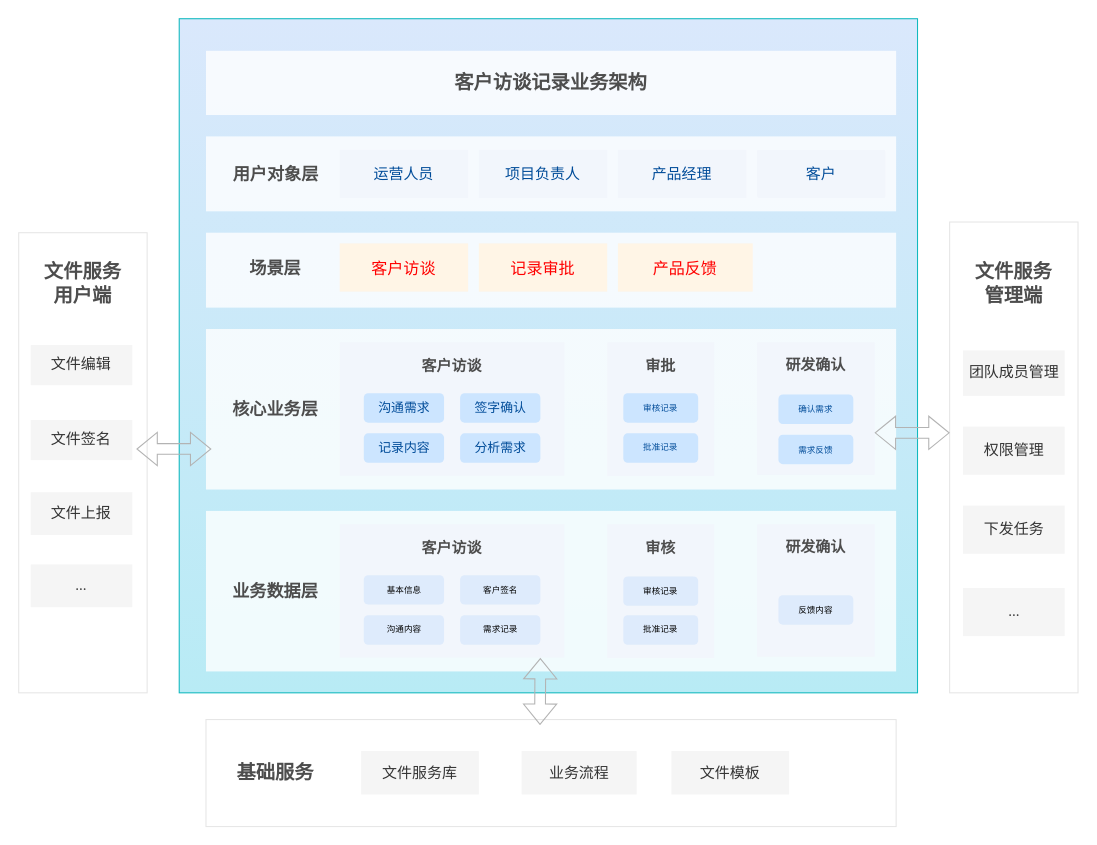
Earlier version of the draw.io diagram Copy of 客户访谈记录-业务架构图.drawio (hwt5813780/car). Source tidied: cells renumbered, new cells numbered last; positions are measured from the earlier drawing's top-left corner, leaving out a move shared by most shapes. Both pictures are drawn from the tidied source at 107%, with x=0, y=0 at pixel (18, 18).
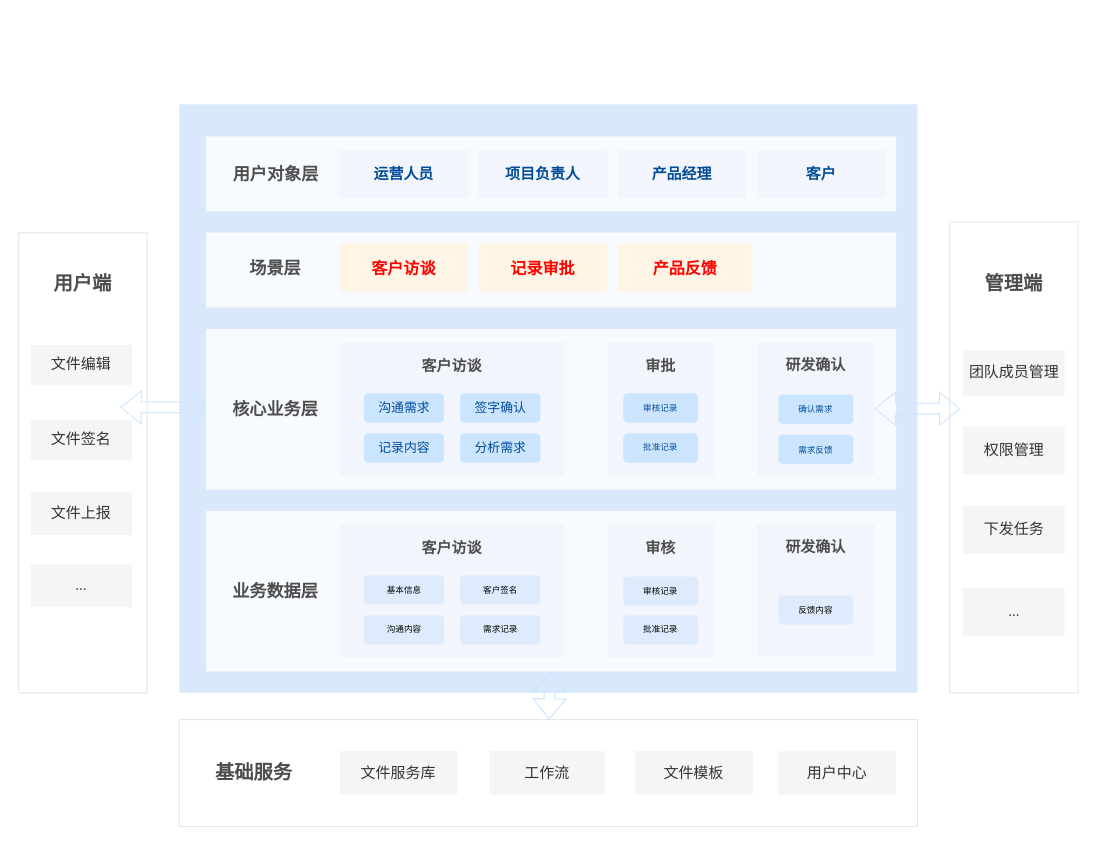
The same diagram, later.

Commit message:
Update Copy of 客户访谈记录-业务架构图.drawio

Unchanged cells that the change refers to:
```xml
<mxCell id="47" style="rounded=1;whiteSpace=wrap;html=1;fontSize=14;strokeColor=none;arcSize=0;shadow=0;labelBackgroundColor=none;sketch=0;opacity=80;" parent="1" vertex="1">
  <mxGeometry x="175" y="460" width="645" height="150" as="geometry" />
</mxCell>
```

The edit, as a diff of the source:
```diff
@@
-    <mxCell id="2" style="rounded=0;whiteSpace=wrap;html=1;fillColor=#dae8fc;strokeColor=#11B9BF;gradientColor=#B8EBF5;gradientDirection=south;sketch=0;" parent="1" vertex="1">
-      <mxGeometry x="150" width="690" height="630" as="geometry" />
+    <mxCell id="2" style="rounded=0;whiteSpace=wrap;html=1;fillColor=#dae8fc;strokeColor=none;gradientColor=none;gradientDirection=south;sketch=0;" parent="1" vertex="1">
+      <mxGeometry x="150" y="80" width="690" height="550" as="geometry" />
     </mxCell>
-    <mxCell id="3" value="&lt;span style=&quot;font-size: 18px;&quot;&gt;客户访谈记录业务架构&lt;/span&gt;" style="rounded=0;whiteSpace=wrap;html=1;fontSize=18;fontStyle=1;strokeColor=none;fontColor=#4D4D4D;shadow=0;opacity=80;" parent="1" vertex="1">
-      <mxGeometry x="175" y="30" width="645" height="60" as="geometry" />
-    </mxCell>
@@
-    <mxCell id="6" value="运营人员" style="rounded=1;whiteSpace=wrap;html=1;fontSize=14;arcSize=0;fillColor=#F2F6FC;strokeColor=none;fontColor=#004C99;" parent="1" vertex="1">
+    <mxCell id="6" value="运营人员" style="rounded=1;whiteSpace=wrap;html=1;fontSize=14;arcSize=0;fillColor=#F2F6FC;strokeColor=none;fontColor=#004C99;fontStyle=1;" parent="1" vertex="1">
       <mxGeometry x="300" y="122.5" width="120" height="45" as="geometry" />
     </mxCell>
-    <mxCell id="7" value="项目负责人" style="rounded=1;whiteSpace=wrap;html=1;fontSize=14;arcSize=0;fillColor=#F2F6FC;strokeColor=none;fontColor=#004C99;" parent="1" vertex="1">
+    <mxCell id="7" value="项目负责人" style="rounded=1;whiteSpace=wrap;html=1;fontSize=14;arcSize=0;fillColor=#F2F6FC;strokeColor=none;fontColor=#004C99;fontStyle=1;" parent="1" vertex="1">
       <mxGeometry x="430" y="122.5" width="120" height="45" as="geometry" />
     </mxCell>
-    <mxCell id="8" value="产品经理" style="rounded=1;whiteSpace=wrap;html=1;fontSize=14;arcSize=0;fillColor=#F2F6FC;strokeColor=none;fontColor=#004C99;" parent="1" vertex="1">
+    <mxCell id="8" value="产品经理" style="rounded=1;whiteSpace=wrap;html=1;fontSize=14;arcSize=0;fillColor=#F2F6FC;strokeColor=none;fontColor=#004C99;fontStyle=1;" parent="1" vertex="1">
       <mxGeometry x="560" y="122.5" width="120" height="45" as="geometry" />
     </mxCell>
-    <mxCell id="9" value="客户" style="rounded=1;whiteSpace=wrap;html=1;fontSize=14;arcSize=4;fillColor=#F2F6FC;strokeColor=none;fontColor=#004C99;" parent="1" vertex="1">
+    <mxCell id="9" value="客户" style="rounded=1;whiteSpace=wrap;html=1;fontSize=14;arcSize=4;fillColor=#F2F6FC;strokeColor=none;fontColor=#004C99;fontStyle=1;" parent="1" vertex="1">
       <mxGeometry x="690" y="122.5" width="120" height="45" as="geometry" />
     </mxCell>
@@
-    <mxCell id="12" value="客户访谈" style="rounded=1;whiteSpace=wrap;html=1;fontSize=15;fillColor=#FFF5E6;strokeColor=none;arcSize=0;fontColor=#FF0000;fontStyle=0;" parent="1" vertex="1">
+    <mxCell id="12" value="客户访谈" style="rounded=1;whiteSpace=wrap;html=1;fontSize=15;fillColor=#FFF5E6;strokeColor=none;arcSize=0;fontColor=#FF0000;fontStyle=1;" parent="1" vertex="1">
       <mxGeometry x="300" y="210" width="120" height="45" as="geometry" />
     </mxCell>
-    <mxCell id="13" value="记录审批" style="rounded=1;whiteSpace=wrap;html=1;fontSize=15;fillColor=#FFF5E6;strokeColor=none;arcSize=0;fontColor=#FF0000;fontStyle=0;" parent="1" vertex="1">
+    <mxCell id="13" value="记录审批" style="rounded=1;whiteSpace=wrap;html=1;fontSize=15;fillColor=#FFF5E6;strokeColor=none;arcSize=0;fontColor=#FF0000;fontStyle=1;" parent="1" vertex="1">
       <mxGeometry x="430" y="210" width="120" height="45" as="geometry" />
     </mxCell>
-    <mxCell id="14" value="产品反馈" style="rounded=1;whiteSpace=wrap;html=1;fontSize=15;fillColor=#FFF5E6;strokeColor=none;arcSize=0;fontColor=#FF0000;fontStyle=0;" parent="1" vertex="1">
+    <mxCell id="14" value="产品反馈" style="rounded=1;whiteSpace=wrap;html=1;fontSize=15;fillColor=#FFF5E6;strokeColor=none;arcSize=0;fontColor=#FF0000;fontStyle=1;" parent="1" vertex="1">
       <mxGeometry x="560" y="210" width="126" height="45" as="geometry" />
     </mxCell>
@@
-    <mxCell id="27" value="文件服务管理端" style="text;html=1;strokeColor=none;fillColor=none;align=center;verticalAlign=middle;whiteSpace=wrap;rounded=0;fontSize=18;fontStyle=1;fontColor=#4D4D4D;" parent="1" vertex="1">
+    <mxCell id="27" value="管理端" style="text;html=1;strokeColor=none;fillColor=none;align=center;verticalAlign=middle;whiteSpace=wrap;rounded=0;fontSize=18;fontStyle=1;fontColor=#4D4D4D;" parent="1" vertex="1">
       <mxGeometry x="890" y="232.8" width="80" height="30" as="geometry" />
     </mxCell>
@@
-    <mxCell id="30" value="文件服务&lt;br&gt;用户端" style="text;html=1;strokeColor=none;fillColor=none;align=center;verticalAlign=middle;whiteSpace=wrap;rounded=0;fontSize=18;fontStyle=1;fontColor=#4D4D4D;" parent="1" vertex="1">
+    <mxCell id="30" value="用户端" style="text;html=1;strokeColor=none;fillColor=none;align=center;verticalAlign=middle;whiteSpace=wrap;rounded=0;fontSize=18;fontStyle=1;fontColor=#4D4D4D;" parent="1" vertex="1">
       <mxGeometry x="20" y="232.8" width="80" height="30" as="geometry" />
     </mxCell>
@@
     <mxCell id="32" style="rounded=0;whiteSpace=wrap;html=1;fontFamily=Times New Roman;fontSize=18;strokeWidth=1;fillColor=#FFFFFF;strokeColor=#E6E6E6;" parent="1" vertex="1">
-      <mxGeometry x="175" y="655" width="645" height="100" as="geometry" />
+      <mxGeometry x="150" y="655" width="690" height="100" as="geometry" />
     </mxCell>
     <mxCell id="33" value="基础服务" style="text;html=1;strokeColor=none;fillColor=none;align=center;verticalAlign=middle;whiteSpace=wrap;rounded=0;fontSize=18;fontStyle=1;fontColor=#4D4D4D;" parent="1" vertex="1">
-      <mxGeometry x="200" y="690" width="80" height="30" as="geometry" />
+      <mxGeometry x="180" y="690" width="80" height="30" as="geometry" />
     </mxCell>
     <mxCell id="34" value="文件服务库" style="rounded=1;whiteSpace=wrap;html=1;fontSize=14;fillColor=#f5f5f5;fontColor=#333333;strokeColor=none;arcSize=0;" parent="1" vertex="1">
-      <mxGeometry x="320" y="684.4" width="110" height="40.6" as="geometry" />
+      <mxGeometry x="300" y="684.4" width="110" height="40.6" as="geometry" />
     </mxCell>
-    <mxCell id="35" value="业务流程" style="rounded=1;whiteSpace=wrap;html=1;fontSize=14;fillColor=#f5f5f5;fontColor=#333333;strokeColor=none;arcSize=0;" parent="1" vertex="1">
-      <mxGeometry x="470" y="684.4" width="107.5" height="40.6" as="geometry" />
+    <mxCell id="35" value="工作流" style="rounded=1;whiteSpace=wrap;html=1;fontSize=14;fillColor=#f5f5f5;fontColor=#333333;strokeColor=none;arcSize=0;" parent="1" vertex="1">
+      <mxGeometry x="440" y="684.4" width="107.5" height="40.6" as="geometry" />
     </mxCell>
     <mxCell id="36" value="文件模板" style="rounded=1;whiteSpace=wrap;html=1;fontSize=14;fillColor=#f5f5f5;fontColor=#333333;strokeColor=none;arcSize=0;" parent="1" vertex="1">
-      <mxGeometry x="610" y="684.4" width="110" height="40.6" as="geometry" />
+      <mxGeometry x="576" y="684.4" width="110" height="40.6" as="geometry" />
     </mxCell>
@@
-    <mxCell id="62" style="shape=flexArrow;endArrow=classic;startArrow=classic;html=1;rounded=0;fontSize=15;fontColor=#4D4D4D;strokeColor=#B3B3B3;" parent="1" edge="1">
-      <mxGeometry relative="1" as="geometry">
-        <mxPoint x="800" y="387" as="sourcePoint" />
-        <mxPoint x="870" y="387" as="targetPoint" />
-      </mxGeometry>
-    </mxCell>
-    <mxCell id="63" style="shape=flexArrow;endArrow=classic;startArrow=classic;html=1;rounded=0;fontSize=15;fontColor=#4D4D4D;strokeColor=#B3B3B3;" parent="1" edge="1">
-      <mxGeometry relative="1" as="geometry">
-        <mxPoint x="110" y="402.1" as="sourcePoint" />
-        <mxPoint x="180" y="402.1" as="targetPoint" />
-      </mxGeometry>
-    </mxCell>
-    <mxCell id="64" style="shape=flexArrow;endArrow=classic;startArrow=classic;html=1;rounded=0;fontSize=15;fontColor=#4D4D4D;entryX=0.484;entryY=0.05;entryDx=0;entryDy=0;entryPerimeter=0;strokeColor=#B3B3B3;" parent="1" edge="1" target="32">
-      <mxGeometry relative="1" as="geometry">
-        <mxPoint x="487.5" y="597.5" as="sourcePoint" />
-      </mxGeometry>
-    </mxCell>
@@
+    <mxCell id="66" value="用户中心" style="rounded=1;whiteSpace=wrap;html=1;fontSize=14;fillColor=#f5f5f5;fontColor=#333333;strokeColor=none;arcSize=0;" parent="1" vertex="1">
+      <mxGeometry x="710" y="684.7" width="110" height="40.6" as="geometry" />
+    </mxCell>
+    <mxCell id="67" style="shape=flexArrow;endArrow=classic;startArrow=classic;html=1;rounded=0;strokeColor=#CCE5FF;" parent="1" edge="1">
+      <mxGeometry relative="1" as="geometry">
+        <mxPoint x="95" y="363.2" as="sourcePoint" />
+        <mxPoint x="175" y="363.2" as="targetPoint" />
+      </mxGeometry>
+    </mxCell>
+    <mxCell id="68" style="shape=flexArrow;endArrow=classic;startArrow=classic;html=1;rounded=0;strokeColor=#CCE5FF;" parent="1" edge="1" source="47" target="32">
+      <mxGeometry relative="1" as="geometry" />
+    </mxCell>
+    <mxCell id="69" style="shape=flexArrow;endArrow=classic;startArrow=classic;html=1;rounded=0;strokeColor=#CCE5FF;" parent="1" edge="1">
+      <mxGeometry relative="1" as="geometry">
+        <mxPoint x="800" y="364.4" as="sourcePoint" />
+        <mxPoint x="880" y="364.4" as="targetPoint" />
+      </mxGeometry>
+    </mxCell>
```
